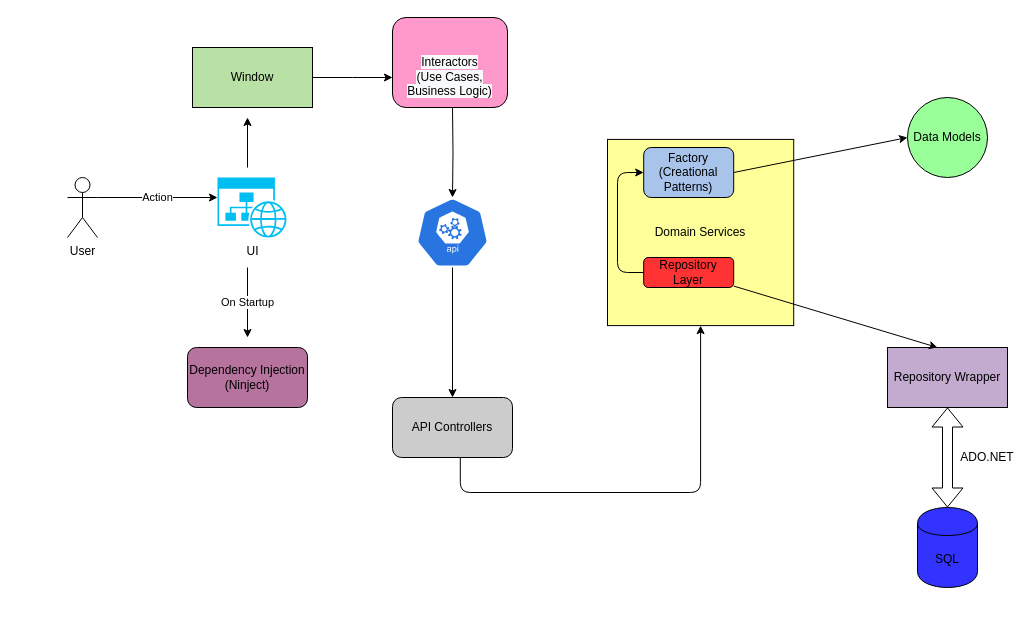
Before: Documentation/UML/SystemArchitecture.drawio in riyaan/dws_mediacatalogue, a draw.io diagram. Source tidied: cells renumbered, new cells numbered last; positions are measured from the earlier drawing's top-left corner, leaving out a move shared by most shapes. Both pictures are drawn from the tidied source at 100%, with x=0, y=0 at pixel (67, 17).
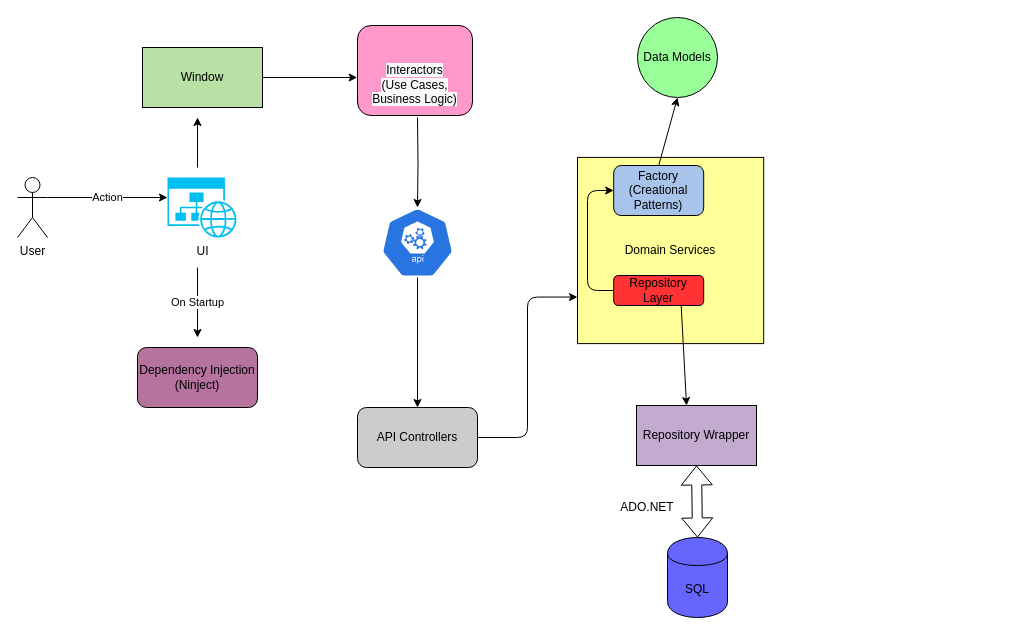
Above is the later version.

What changed in the source:
```diff
@@
     <mxCell id="2" value="User" style="shape=umlActor;verticalLabelPosition=bottom;verticalAlign=top;html=1;outlineConnect=0;" parent="1" vertex="1">
-      <mxGeometry y="160" width="30" height="60" as="geometry" />
+      <mxGeometry x="-50" y="160" width="30" height="60" as="geometry" />
     </mxCell>
     <mxCell id="3" value="UI" style="verticalLabelPosition=bottom;html=1;verticalAlign=top;align=center;strokeColor=none;fillColor=#00BEF2;shape=mxgraph.azure.website_generic;" parent="1" vertex="1">
-      <mxGeometry x="150" y="160" width="70" height="60" as="geometry" />
+      <mxGeometry x="100" y="160" width="70" height="60" as="geometry" />
     </mxCell>
     <mxCell id="4" value="Action" style="endArrow=classic;html=1;exitX=1;exitY=0.3333333333333333;exitDx=0;exitDy=0;exitPerimeter=0;" parent="1" edge="1" source="2">
       <mxGeometry relative="1" as="geometry">
-        <mxPoint x="150" y="180" as="targetPoint" />
+        <mxPoint x="100" y="180" as="targetPoint" />
       </mxGeometry>
     </mxCell>
     <mxCell id="5" value="On Startup" style="endArrow=classic;html=1;" parent="1" edge="1">
       <mxGeometry relative="1" as="geometry">
-        <mxPoint x="180" y="250" as="sourcePoint" />
-        <mxPoint x="180" y="320" as="targetPoint" />
+        <mxPoint x="130" y="250" as="sourcePoint" />
+        <mxPoint x="130" y="320" as="targetPoint" />
       </mxGeometry>
     </mxCell>
     <mxCell id="6" value="Dependency Injection (Ninject)" style="rounded=1;whiteSpace=wrap;html=1;fillColor=#B5739D;" parent="1" vertex="1">
-      <mxGeometry x="120" y="330" width="120" height="60" as="geometry" />
+      <mxGeometry x="70" y="330" width="120" height="60" as="geometry" />
     </mxCell>
-    <mxCell id="7" style="edgeStyle=orthogonalEdgeStyle;rounded=0;jettySize=auto;html=1;" parent="1" edge="1" source="8">
-      <mxGeometry relative="1" as="geometry">
-        <mxPoint x="325" y="60" as="targetPoint" />
-      </mxGeometry>
+    <mxCell id="7" style="edgeStyle=orthogonalEdgeStyle;rounded=0;jettySize=auto;html=1;entryX=-0.003;entryY=0.578;entryDx=0;entryDy=0;entryPerimeter=0;" parent="1" edge="1" source="8" target="12">
+      <mxGeometry relative="1" as="geometry" />
     </mxCell>
     <mxCell id="8" value="Window" style="rounded=0;whiteSpace=wrap;html=1;fillColor=#B9E0A5;" parent="1" vertex="1">
-      <mxGeometry x="125" y="30" width="120" height="60" as="geometry" />
+      <mxGeometry x="75" y="30" width="120" height="60" as="geometry" />
     </mxCell>
     <mxCell id="9" style="edgeStyle=orthogonalEdgeStyle;rounded=0;jettySize=auto;html=1;" parent="1" edge="1" target="11">
       <mxGeometry relative="1" as="geometry">
-        <mxPoint x="385" y="90" as="sourcePoint" />
+        <mxPoint x="350" y="100" as="sourcePoint" />
       </mxGeometry>
     </mxCell>
     <mxCell id="10" style="endArrow=classic;html=1;" parent="1" edge="1">
       <mxGeometry relative="1" as="geometry">
-        <mxPoint x="180" y="150" as="sourcePoint" />
-        <mxPoint x="180" y="100" as="targetPoint" />
+        <mxPoint x="130" y="150" as="sourcePoint" />
+        <mxPoint x="130" y="100" as="targetPoint" />
       </mxGeometry>
     </mxCell>
     <mxCell id="11" style="html=1;dashed=0;whitespace=wrap;fillColor=#2875E2;strokeColor=#ffffff;points=[[0.005,0.63,0],[0.1,0.2,0],[0.9,0.2,0],[0.5,0,0],[0.995,0.63,0],[0.72,0.99,0],[0.5,1,0],[0.28,0.99,0]];shape=mxgraph.kubernetes.icon;prIcon=api;" parent="1" vertex="1">
-      <mxGeometry x="345" y="180" width="80" height="70" as="geometry" />
+      <mxGeometry x="310" y="190" width="80" height="70" as="geometry" />
     </mxCell>
     <mxCell id="12" value="&lt;br&gt;&lt;br&gt;&lt;span style=&quot;color: rgb(0 , 0 , 0) ; font-family: &amp;#34;helvetica&amp;#34; ; font-size: 12px ; font-style: normal ; font-weight: 400 ; letter-spacing: normal ; text-align: center ; text-indent: 0px ; text-transform: none ; word-spacing: 0px ; background-color: rgb(248 , 249 , 250) ; display: inline ; float: none&quot;&gt;Interactors&lt;/span&gt;&lt;br style=&quot;color: rgb(0 , 0 , 0) ; font-family: &amp;#34;helvetica&amp;#34; ; font-size: 12px ; font-style: normal ; font-weight: 400 ; letter-spacing: normal ; text-align: center ; text-indent: 0px ; text-transform: none ; word-spacing: 0px ; background-color: rgb(248 , 249 , 250)&quot;&gt;&lt;span style=&quot;color: rgb(0 , 0 , 0) ; font-family: &amp;#34;helvetica&amp;#34; ; font-size: 12px ; font-style: normal ; font-weight: 400 ; letter-spacing: normal ; text-align: center ; text-indent: 0px ; text-transform: none ; word-spacing: 0px ; background-color: rgb(248 , 249 , 250) ; display: inline ; float: none&quot;&gt;(Use Cases, Business Logic)&lt;/span&gt;" style="rounded=1;whiteSpace=wrap;html=1;fillColor=#FF99CC;" parent="1" vertex="1">
-      <mxGeometry x="325" width="115" height="90" as="geometry" />
+      <mxGeometry x="290" y="8" width="115" height="90" as="geometry" />
     </mxCell>
     <mxCell id="13" value="Domain Services" style="whiteSpace=wrap;html=1;fillColor=#FFFF99;" parent="1" vertex="1">
-      <mxGeometry x="540" y="121.9" width="186.2" height="186.2" as="geometry" />
+      <mxGeometry x="510" y="139.9" width="186.2" height="186.2" as="geometry" />
     </mxCell>
     <mxCell id="14" value="Repository Layer" style="rounded=1;whiteSpace=wrap;html=1;fillColor=#FF3333;" parent="1" vertex="1">
-      <mxGeometry x="576.2" y="240" width="90" height="30" as="geometry" />
+      <mxGeometry x="546.2" y="258" width="90" height="30" as="geometry" />
     </mxCell>
     <mxCell id="15" value="Factory (Creational Patterns)" style="rounded=1;whiteSpace=wrap;html=1;fillColor=#A9C4EB;" parent="1" vertex="1">
-      <mxGeometry x="576.2" y="130" width="90" height="50" as="geometry" />
+      <mxGeometry x="546.2" y="148" width="90" height="50" as="geometry" />
     </mxCell>
     <mxCell id="16" value="Data Models" style="ellipse;whiteSpace=wrap;html=1;fillColor=#99FF99;" parent="1" vertex="1">
-      <mxGeometry x="840" y="80" width="80" height="80" as="geometry" />
+      <mxGeometry x="570" width="80" height="80" as="geometry" />
     </mxCell>
-    <mxCell id="17" style="endArrow=classic;html=1;exitX=1;exitY=0.5;exitDx=0;exitDy=0;entryX=0;entryY=0.5;entryDx=0;entryDy=0;" parent="1" edge="1" source="15" target="16">
+    <mxCell id="17" style="endArrow=classic;html=1;exitX=0.5;exitY=0;exitDx=0;exitDy=0;entryX=0.5;entryY=1;entryDx=0;entryDy=0;" parent="1" edge="1" source="15" target="16">
       <mxGeometry relative="1" as="geometry" />
     </mxCell>
     <mxCell id="18" value="Repository Wrapper" style="rounded=0;whiteSpace=wrap;html=1;fillColor=#C3ABD0;" parent="1" vertex="1">
-      <mxGeometry x="820" y="330" width="120" height="60" as="geometry" />
+      <mxGeometry x="569" y="388" width="120" height="60" as="geometry" />
     </mxCell>
-    <mxCell id="19" value="SQL" style="shape=cylinder;whiteSpace=wrap;html=1;boundedLbl=1;backgroundOutline=1;fillColor=#3333FF;" parent="1" vertex="1">
-      <mxGeometry x="850" y="490" width="60" height="80" as="geometry" />
+    <mxCell id="19" value="SQL" style="shape=cylinder;whiteSpace=wrap;html=1;boundedLbl=1;backgroundOutline=1;fillColor=#6666FF;" parent="1" vertex="1">
+      <mxGeometry x="600" y="520" width="60" height="80" as="geometry" />
     </mxCell>
@@
     <mxCell id="21" value="ADO.NET" style="text;html=1;strokeColor=none;fillColor=none;align=center;verticalAlign=middle;whiteSpace=wrap;rounded=0;" parent="1" vertex="1">
-      <mxGeometry x="900" y="430" width="40" height="20" as="geometry" />
+      <mxGeometry x="560" y="480" width="40" height="20" as="geometry" />
     </mxCell>
-    <mxCell id="22" style="endArrow=classic;html=1;entryX=0.417;entryY=0;entryDx=0;entryDy=0;entryPerimeter=0;" parent="1" edge="1" source="14" target="18">
+    <mxCell id="22" style="endArrow=classic;html=1;entryX=0.417;entryY=0;entryDx=0;entryDy=0;entryPerimeter=0;exitX=0.75;exitY=1;exitDx=0;exitDy=0;" parent="1" edge="1" source="14" target="18">
       <mxGeometry relative="1" as="geometry" />
     </mxCell>
     <mxCell id="23" style="edgeStyle=elbowEdgeStyle;elbow=horizontal;endArrow=classic;html=1;exitX=0;exitY=0.5;exitDx=0;exitDy=0;" parent="1" edge="1" source="14" target="15">
       <mxGeometry relative="1" as="geometry">
         <Array as="points">
-          <mxPoint x="550" y="200" />
-          <mxPoint x="550" y="200" />
+          <mxPoint x="520" y="218" />
+          <mxPoint x="520" y="218" />
         </Array>
       </mxGeometry>
     </mxCell>
     <mxCell id="24" value="API Controllers" style="rounded=1;whiteSpace=wrap;html=1;fillColor=#CCCCCC;" parent="1" vertex="1">
-      <mxGeometry x="325" y="380" width="120" height="60" as="geometry" />
+      <mxGeometry x="290" y="390" width="120" height="60" as="geometry" />
     </mxCell>
@@
-    <mxCell id="26" style="edgeStyle=elbowEdgeStyle;elbow=horizontal;endArrow=classic;html=1;exitX=0.565;exitY=1.003;exitDx=0;exitDy=0;entryX=0.5;entryY=1;entryDx=0;entryDy=0;exitPerimeter=0;" parent="1" edge="1" source="24" target="13">
+    <mxCell id="26" style="edgeStyle=elbowEdgeStyle;elbow=horizontal;endArrow=classic;html=1;exitX=1;exitY=0.5;exitDx=0;exitDy=0;entryX=0;entryY=0.75;entryDx=0;entryDy=0;" parent="1" edge="1" source="24" target="13">
       <mxGeometry relative="1" as="geometry">
         <Array as="points">
-          <mxPoint x="560" y="475" />
+          <mxPoint x="460" y="390" />
           <mxPoint x="560" y="475" />
         </Array>
       </mxGeometry>
     </mxCell>
```
